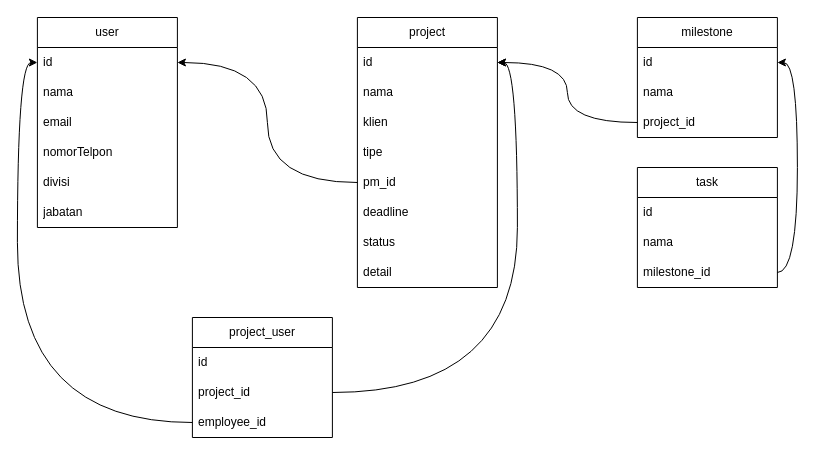
This is ERD.drawio from zabilsabri/NPE-Project-Management, a draw.io file, before an edit. Source tidied: cells renumbered, new cells numbered last; positions are measured from the earlier drawing's top-left corner, leaving out a move shared by most shapes. Both pictures are drawn from the tidied source at 100%, with x=0, y=0 at pixel (37, 17).
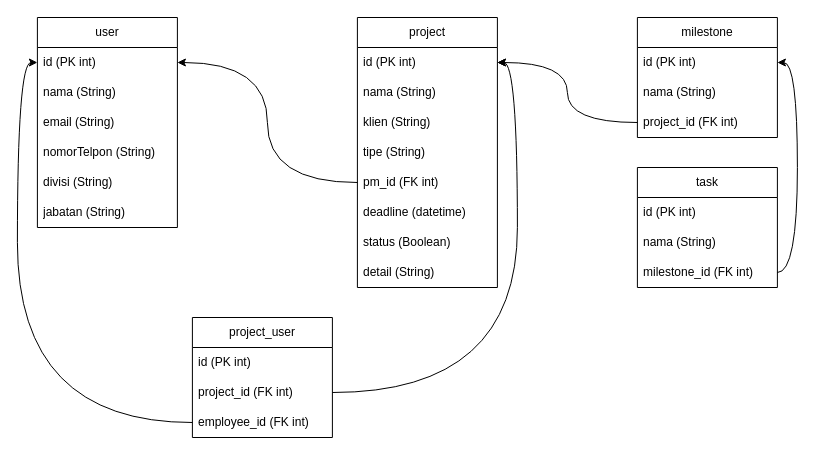
After the change.

Commit message:
Tambah Tipe Data ERD

The change refers to these unchanged cells:
```xml
<mxCell id="2" value="user" style="swimlane;fontStyle=0;horizontal=1;startSize=30;whiteSpace=wrap;html=1;" parent="1" vertex="1">
  <mxGeometry x="-0.1" width="140" height="210" as="geometry" />
</mxCell>
<mxCell id="9" value="project" style="swimlane;fontStyle=0;horizontal=1;startSize=30;whiteSpace=wrap;html=1;" parent="1" vertex="1">
  <mxGeometry x="319.9" width="140" height="270" as="geometry" />
</mxCell>
<mxCell id="18" value="project_user" style="swimlane;fontStyle=0;horizontal=1;startSize=30;whiteSpace=wrap;html=1;" parent="1" vertex="1">
  <mxGeometry x="154.9" y="300" width="140" height="120" as="geometry" />
</mxCell>
<mxCell id="25" value="milestone" style="swimlane;fontStyle=0;horizontal=1;startSize=30;whiteSpace=wrap;html=1;" parent="1" vertex="1">
  <mxGeometry x="599.9" width="140" height="120" as="geometry" />
</mxCell>
<mxCell id="29" value="task" style="swimlane;fontStyle=0;horizontal=1;startSize=30;whiteSpace=wrap;html=1;" parent="1" vertex="1">
  <mxGeometry x="599.9" y="150" width="140" height="120" as="geometry" />
</mxCell>
```

The edit, as a diff of the source:
```diff
@@
-    <mxCell id="3" value="id" style="text;strokeColor=none;fillColor=none;align=left;verticalAlign=middle;spacingLeft=4;spacingRight=4;overflow=hidden;points=[[0,0.5],[1,0.5]];portConstraint=eastwest;whiteSpace=wrap;html=1;" parent="2" vertex="1">
+    <mxCell id="3" value="id (PK int)" style="text;strokeColor=none;fillColor=none;align=left;verticalAlign=middle;spacingLeft=4;spacingRight=4;overflow=hidden;points=[[0,0.5],[1,0.5]];portConstraint=eastwest;whiteSpace=wrap;html=1;" parent="2" vertex="1">
       <mxGeometry y="30" width="140" height="30" as="geometry" />
     </mxCell>
-    <mxCell id="4" value="nama" style="text;strokeColor=none;fillColor=none;align=left;verticalAlign=middle;spacingLeft=4;spacingRight=4;overflow=hidden;whiteSpace=wrap;html=1;" parent="2" vertex="1">
+    <mxCell id="4" value="nama (String)" style="text;strokeColor=none;fillColor=none;align=left;verticalAlign=middle;spacingLeft=4;spacingRight=4;overflow=hidden;whiteSpace=wrap;html=1;" parent="2" vertex="1">
       <mxGeometry y="60" width="140" height="30" as="geometry" />
     </mxCell>
-    <mxCell id="5" value="email" style="text;strokeColor=none;fillColor=none;align=left;verticalAlign=middle;spacingLeft=4;spacingRight=4;overflow=hidden;whiteSpace=wrap;html=1;" parent="2" vertex="1">
+    <mxCell id="5" value="email (String)" style="text;strokeColor=none;fillColor=none;align=left;verticalAlign=middle;spacingLeft=4;spacingRight=4;overflow=hidden;whiteSpace=wrap;html=1;" parent="2" vertex="1">
       <mxGeometry y="90" width="140" height="30" as="geometry" />
     </mxCell>
-    <mxCell id="6" value="nomorTelpon" style="text;strokeColor=none;fillColor=none;align=left;verticalAlign=middle;spacingLeft=4;spacingRight=4;overflow=hidden;whiteSpace=wrap;html=1;" parent="2" vertex="1">
+    <mxCell id="6" value="nomorTelpon (String)" style="text;strokeColor=none;fillColor=none;align=left;verticalAlign=middle;spacingLeft=4;spacingRight=4;overflow=hidden;whiteSpace=wrap;html=1;" parent="2" vertex="1">
       <mxGeometry y="120" width="140" height="30" as="geometry" />
     </mxCell>
-    <mxCell id="7" value="divisi" style="text;strokeColor=none;fillColor=none;align=left;verticalAlign=middle;spacingLeft=4;spacingRight=4;overflow=hidden;whiteSpace=wrap;html=1;" parent="2" vertex="1">
+    <mxCell id="7" value="divisi (String)" style="text;strokeColor=none;fillColor=none;align=left;verticalAlign=middle;spacingLeft=4;spacingRight=4;overflow=hidden;whiteSpace=wrap;html=1;" parent="2" vertex="1">
       <mxGeometry y="150" width="140" height="30" as="geometry" />
     </mxCell>
-    <mxCell id="8" value="jabatan" style="text;strokeColor=none;fillColor=none;align=left;verticalAlign=middle;spacingLeft=4;spacingRight=4;overflow=hidden;whiteSpace=wrap;html=1;" parent="2" vertex="1">
+    <mxCell id="8" value="jabatan (String)" style="text;strokeColor=none;fillColor=none;align=left;verticalAlign=middle;spacingLeft=4;spacingRight=4;overflow=hidden;whiteSpace=wrap;html=1;" parent="2" vertex="1">
       <mxGeometry y="180" width="140" height="30" as="geometry" />
     </mxCell>
@@
-    <mxCell id="10" value="id" style="text;strokeColor=none;fillColor=none;align=left;verticalAlign=middle;spacingLeft=4;spacingRight=4;overflow=hidden;points=[[0,0.5],[1,0.5]];portConstraint=eastwest;whiteSpace=wrap;html=1;" parent="9" vertex="1">
+    <mxCell id="10" value="id (PK int)" style="text;strokeColor=none;fillColor=none;align=left;verticalAlign=middle;spacingLeft=4;spacingRight=4;overflow=hidden;points=[[0,0.5],[1,0.5]];portConstraint=eastwest;whiteSpace=wrap;html=1;" parent="9" vertex="1">
       <mxGeometry y="30" width="140" height="30" as="geometry" />
     </mxCell>
-    <mxCell id="11" value="nama" style="text;strokeColor=none;fillColor=none;align=left;verticalAlign=middle;spacingLeft=4;spacingRight=4;overflow=hidden;whiteSpace=wrap;html=1;" parent="9" vertex="1">
+    <mxCell id="11" value="nama (String)" style="text;strokeColor=none;fillColor=none;align=left;verticalAlign=middle;spacingLeft=4;spacingRight=4;overflow=hidden;whiteSpace=wrap;html=1;" parent="9" vertex="1">
       <mxGeometry y="60" width="140" height="30" as="geometry" />
     </mxCell>
-    <mxCell id="12" value="klien" style="text;strokeColor=none;fillColor=none;align=left;verticalAlign=middle;spacingLeft=4;spacingRight=4;overflow=hidden;whiteSpace=wrap;html=1;" parent="9" vertex="1">
+    <mxCell id="12" value="klien (String)" style="text;strokeColor=none;fillColor=none;align=left;verticalAlign=middle;spacingLeft=4;spacingRight=4;overflow=hidden;whiteSpace=wrap;html=1;" parent="9" vertex="1">
       <mxGeometry y="90" width="140" height="30" as="geometry" />
     </mxCell>
-    <mxCell id="13" value="tipe" style="text;strokeColor=none;fillColor=none;align=left;verticalAlign=middle;spacingLeft=4;spacingRight=4;overflow=hidden;whiteSpace=wrap;html=1;" parent="9" vertex="1">
+    <mxCell id="13" value="tipe (String)" style="text;strokeColor=none;fillColor=none;align=left;verticalAlign=middle;spacingLeft=4;spacingRight=4;overflow=hidden;whiteSpace=wrap;html=1;" parent="9" vertex="1">
       <mxGeometry y="120" width="140" height="30" as="geometry" />
     </mxCell>
-    <mxCell id="14" value="pm_id" style="text;strokeColor=none;fillColor=none;align=left;verticalAlign=middle;spacingLeft=4;spacingRight=4;overflow=hidden;points=[[0,0.5],[1,0.5]];portConstraint=eastwest;whiteSpace=wrap;html=1;" parent="9" vertex="1">
+    <mxCell id="14" value="pm_id (FK int)" style="text;strokeColor=none;fillColor=none;align=left;verticalAlign=middle;spacingLeft=4;spacingRight=4;overflow=hidden;points=[[0,0.5],[1,0.5]];portConstraint=eastwest;whiteSpace=wrap;html=1;" parent="9" vertex="1">
       <mxGeometry y="150" width="140" height="30" as="geometry" />
     </mxCell>
-    <mxCell id="15" value="deadline" style="text;strokeColor=none;fillColor=none;align=left;verticalAlign=middle;spacingLeft=4;spacingRight=4;overflow=hidden;whiteSpace=wrap;html=1;" parent="9" vertex="1">
+    <mxCell id="15" value="deadline (datetime)" style="text;strokeColor=none;fillColor=none;align=left;verticalAlign=middle;spacingLeft=4;spacingRight=4;overflow=hidden;whiteSpace=wrap;html=1;" parent="9" vertex="1">
       <mxGeometry y="180" width="140" height="30" as="geometry" />
     </mxCell>
-    <mxCell id="16" value="status" style="text;strokeColor=none;fillColor=none;align=left;verticalAlign=middle;spacingLeft=4;spacingRight=4;overflow=hidden;whiteSpace=wrap;html=1;" parent="9" vertex="1">
+    <mxCell id="16" value="status (Boolean)" style="text;strokeColor=none;fillColor=none;align=left;verticalAlign=middle;spacingLeft=4;spacingRight=4;overflow=hidden;whiteSpace=wrap;html=1;" parent="9" vertex="1">
       <mxGeometry y="210" width="140" height="30" as="geometry" />
     </mxCell>
-    <mxCell id="17" value="detail" style="text;strokeColor=none;fillColor=none;align=left;verticalAlign=middle;spacingLeft=4;spacingRight=4;overflow=hidden;whiteSpace=wrap;html=1;" parent="9" vertex="1">
+    <mxCell id="17" value="detail (String)" style="text;strokeColor=none;fillColor=none;align=left;verticalAlign=middle;spacingLeft=4;spacingRight=4;overflow=hidden;whiteSpace=wrap;html=1;" parent="9" vertex="1">
       <mxGeometry y="240" width="140" height="30" as="geometry" />
     </mxCell>
@@
-    <mxCell id="19" value="id" style="text;strokeColor=none;fillColor=none;align=left;verticalAlign=middle;spacingLeft=4;spacingRight=4;overflow=hidden;whiteSpace=wrap;html=1;" parent="18" vertex="1">
+    <mxCell id="19" value="id (PK int)" style="text;strokeColor=none;fillColor=none;align=left;verticalAlign=middle;spacingLeft=4;spacingRight=4;overflow=hidden;whiteSpace=wrap;html=1;" parent="18" vertex="1">
       <mxGeometry y="30" width="140" height="30" as="geometry" />
     </mxCell>
-    <mxCell id="20" value="project_id" style="text;strokeColor=none;fillColor=none;align=left;verticalAlign=middle;spacingLeft=4;spacingRight=4;overflow=hidden;points=[[0,0.5],[1,0.5]];portConstraint=eastwest;whiteSpace=wrap;html=1;" parent="18" vertex="1">
+    <mxCell id="20" value="project_id (FK int)" style="text;strokeColor=none;fillColor=none;align=left;verticalAlign=middle;spacingLeft=4;spacingRight=4;overflow=hidden;points=[[0,0.5],[1,0.5]];portConstraint=eastwest;whiteSpace=wrap;html=1;" parent="18" vertex="1">
       <mxGeometry y="60" width="140" height="30" as="geometry" />
     </mxCell>
-    <mxCell id="21" value="employee_id" style="text;strokeColor=none;fillColor=none;align=left;verticalAlign=middle;spacingLeft=4;spacingRight=4;overflow=hidden;points=[[0,0.5],[1,0.5]];portConstraint=eastwest;whiteSpace=wrap;html=1;" parent="18" vertex="1">
+    <mxCell id="21" value="employee_id (FK int)" style="text;strokeColor=none;fillColor=none;align=left;verticalAlign=middle;spacingLeft=4;spacingRight=4;overflow=hidden;points=[[0,0.5],[1,0.5]];portConstraint=eastwest;whiteSpace=wrap;html=1;" parent="18" vertex="1">
       <mxGeometry y="90" width="140" height="30" as="geometry" />
     </mxCell>
@@
-    <mxCell id="26" value="id" style="text;strokeColor=none;fillColor=none;align=left;verticalAlign=middle;spacingLeft=4;spacingRight=4;overflow=hidden;points=[[0,0.5],[1,0.5]];portConstraint=eastwest;whiteSpace=wrap;html=1;" parent="25" vertex="1">
+    <mxCell id="26" value="id (PK int)" style="text;strokeColor=none;fillColor=none;align=left;verticalAlign=middle;spacingLeft=4;spacingRight=4;overflow=hidden;points=[[0,0.5],[1,0.5]];portConstraint=eastwest;whiteSpace=wrap;html=1;" parent="25" vertex="1">
       <mxGeometry y="30" width="140" height="30" as="geometry" />
     </mxCell>
-    <mxCell id="27" value="nama" style="text;strokeColor=none;fillColor=none;align=left;verticalAlign=middle;spacingLeft=4;spacingRight=4;overflow=hidden;whiteSpace=wrap;html=1;" parent="25" vertex="1">
+    <mxCell id="27" value="nama (String)" style="text;strokeColor=none;fillColor=none;align=left;verticalAlign=middle;spacingLeft=4;spacingRight=4;overflow=hidden;whiteSpace=wrap;html=1;" parent="25" vertex="1">
       <mxGeometry y="60" width="140" height="30" as="geometry" />
     </mxCell>
-    <mxCell id="28" value="project_id" style="text;strokeColor=none;fillColor=none;align=left;verticalAlign=middle;spacingLeft=4;spacingRight=4;overflow=hidden;points=[[0,0.5],[1,0.5]];portConstraint=eastwest;whiteSpace=wrap;html=1;" parent="25" vertex="1">
+    <mxCell id="28" value="project_id (FK int)" style="text;strokeColor=none;fillColor=none;align=left;verticalAlign=middle;spacingLeft=4;spacingRight=4;overflow=hidden;points=[[0,0.5],[1,0.5]];portConstraint=eastwest;whiteSpace=wrap;html=1;" parent="25" vertex="1">
       <mxGeometry y="90" width="140" height="30" as="geometry" />
     </mxCell>
@@
-    <mxCell id="30" value="id" style="text;strokeColor=none;fillColor=none;align=left;verticalAlign=middle;spacingLeft=4;spacingRight=4;overflow=hidden;whiteSpace=wrap;html=1;" parent="29" vertex="1">
+    <mxCell id="30" value="id (PK int)" style="text;strokeColor=none;fillColor=none;align=left;verticalAlign=middle;spacingLeft=4;spacingRight=4;overflow=hidden;whiteSpace=wrap;html=1;" parent="29" vertex="1">
       <mxGeometry y="30" width="140" height="30" as="geometry" />
     </mxCell>
-    <mxCell id="31" value="nama" style="text;strokeColor=none;fillColor=none;align=left;verticalAlign=middle;spacingLeft=4;spacingRight=4;overflow=hidden;whiteSpace=wrap;html=1;" parent="29" vertex="1">
+    <mxCell id="31" value="nama (String)" style="text;strokeColor=none;fillColor=none;align=left;verticalAlign=middle;spacingLeft=4;spacingRight=4;overflow=hidden;whiteSpace=wrap;html=1;" parent="29" vertex="1">
       <mxGeometry y="60" width="140" height="30" as="geometry" />
     </mxCell>
-    <mxCell id="32" value="milestone_id" style="text;strokeColor=none;fillColor=none;align=left;verticalAlign=middle;spacingLeft=4;spacingRight=4;overflow=hidden;points=[[0,0.5],[1,0.5]];portConstraint=eastwest;whiteSpace=wrap;html=1;" parent="29" vertex="1">
+    <mxCell id="32" value="milestone_id (FK int)" style="text;strokeColor=none;fillColor=none;align=left;verticalAlign=middle;spacingLeft=4;spacingRight=4;overflow=hidden;points=[[0,0.5],[1,0.5]];portConstraint=eastwest;whiteSpace=wrap;html=1;" parent="29" vertex="1">
       <mxGeometry y="90" width="140" height="30" as="geometry" />
     </mxCell>
```
